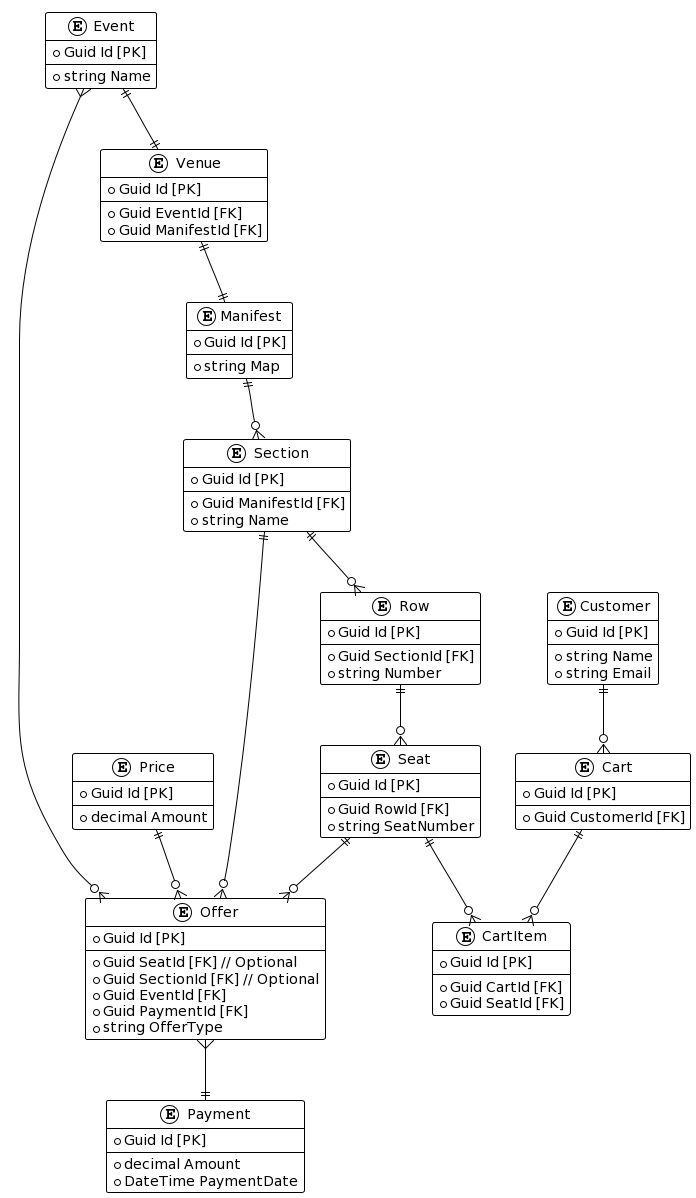
Before: Diagrams/entity_relationship_diagram.png, a diagram exported from PlantUML (evilsquirr3l/ticketing).
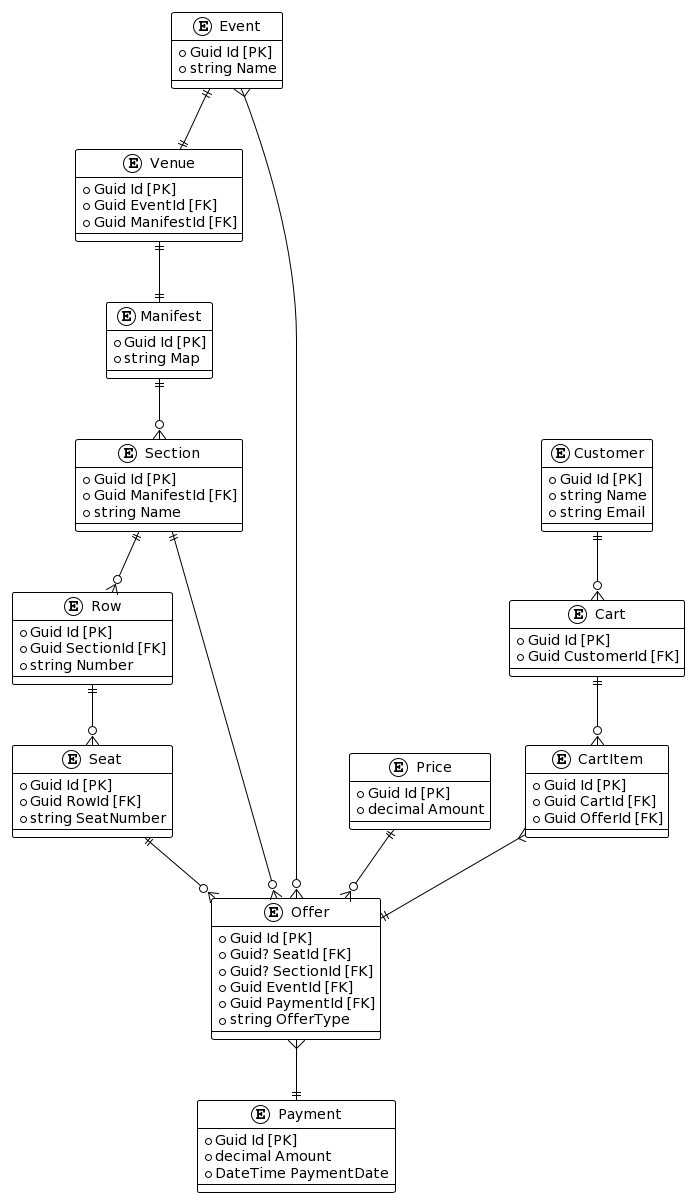
The same file after the commit.

Diff of the diagram source:
```diff
@@ -3,49 +3,42 @@
 
 entity Event {
   + Guid Id [PK]
-  --
   + string Name
 }
 
 entity Venue {
   + Guid Id [PK]
-  --
   + Guid EventId [FK]
   + Guid ManifestId [FK]
 }
 
 entity Manifest {
   + Guid Id [PK]
-  --
   + string Map
 }
 
 entity Section {
   + Guid Id [PK]
-  --
   + Guid ManifestId [FK]
   + string Name
 }
 
 entity Row {
   + Guid Id [PK]
-  --
   + Guid SectionId [FK]
   + string Number
 }
 
 entity Seat {
   + Guid Id [PK]
-  --
   + Guid RowId [FK]
   + string SeatNumber
 }
 
 entity Offer {
   + Guid Id [PK]
-  --
-  + Guid SeatId [FK] // Optional
-  + Guid SectionId [FK] // Optional
+  + Guid? SeatId [FK]
+  + Guid? SectionId [FK]
   + Guid EventId [FK]
   + Guid PaymentId [FK]
   + string OfferType
@@ -53,33 +46,28 @@
 
 entity Price {
   + Guid Id [PK]
-  --
   + decimal Amount
 }
 
 entity Cart {
   + Guid Id [PK]
-  --
   + Guid CustomerId [FK]
 }
 
 entity CartItem {
   + Guid Id [PK]
-  --
   + Guid CartId [FK]
-  + Guid SeatId [FK]
+  + Guid OfferId [FK]
 }
 
 entity Payment {
   + Guid Id [PK]
-  --
   + decimal Amount
   + DateTime PaymentDate
 }
 
 entity Customer {
   + Guid Id [PK]
-  --
   + string Name
   + string Email
 }
@@ -89,12 +77,12 @@
 Manifest ||--o{ Section
 Section ||--o{ Row
 Row ||--o{ Seat
-Seat ||--o{ CartItem
 Seat ||--o{ Offer
 Section ||--o{ Offer
 Event }--o{ Offer
 Offer }--|| Payment
 Price ||--o{ Offer
 Cart ||--o{ CartItem
+CartItem }--|| Offer
 Customer ||--o{ Cart
 @enduml
```
